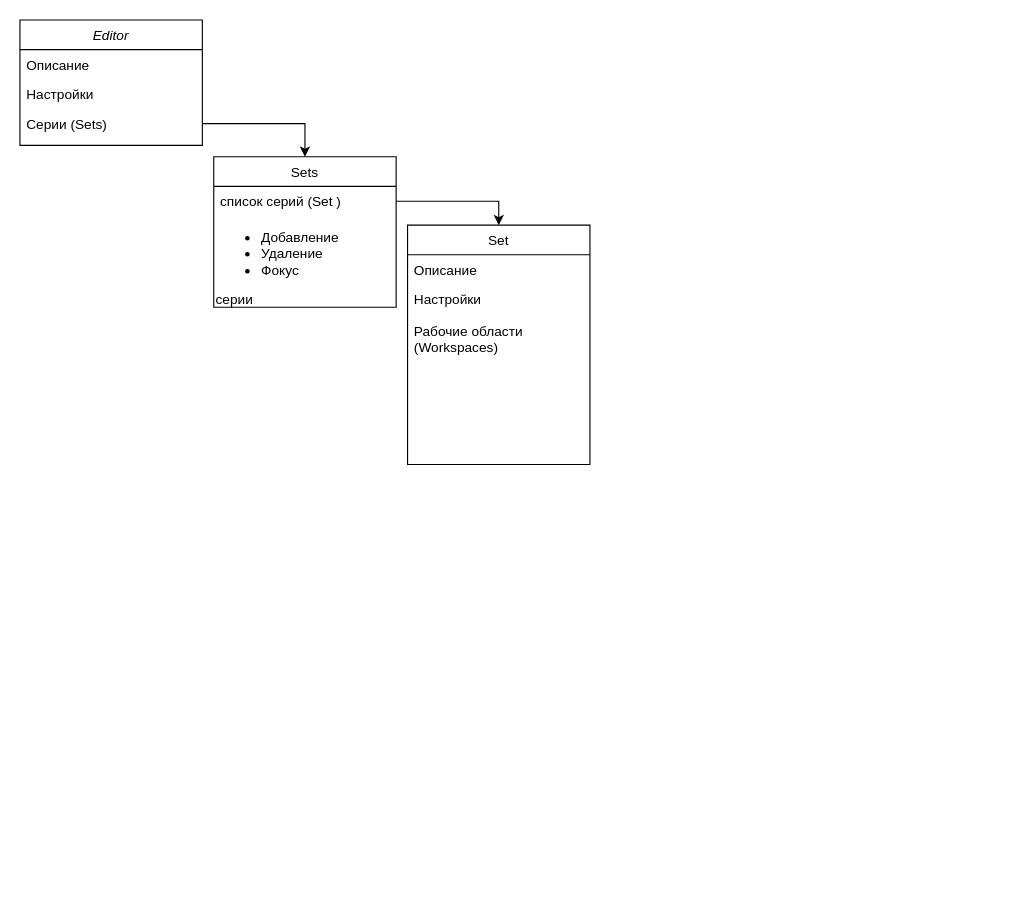
This is Untitled Diagram.drawio from artem-ibragimov/mrt-viewer, a draw.io file, before an edit. Source tidied: cells renumbered, new cells numbered last; positions are measured from the earlier drawing's top-left corner, leaving out a move shared by most shapes. Both pictures are drawn from the tidied source at 114%, with x=0, y=0 at pixel (19, 19).
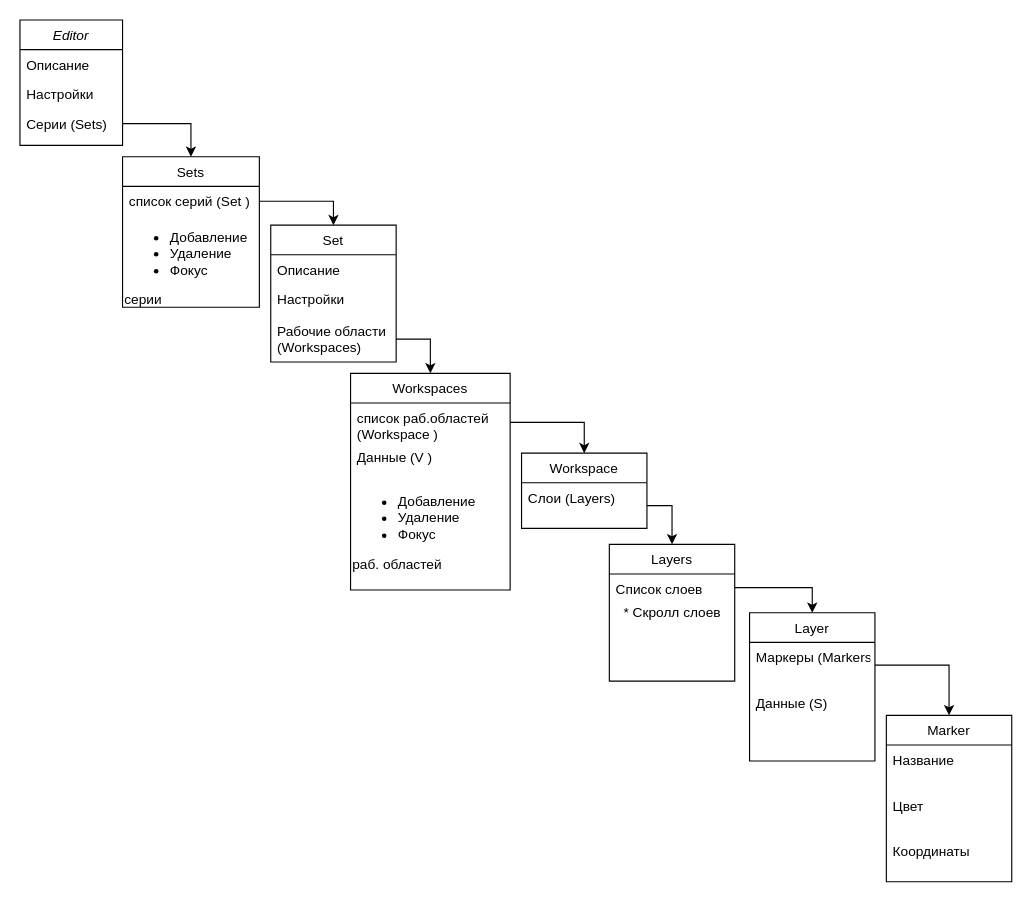
After the change.

Diff of the diagram source:
```diff
@@
     <mxCell id="2" value="Editor" style="swimlane;fontStyle=2;align=center;verticalAlign=top;horizontal=1;startSize=26;rounded=0;shadow=0;strokeWidth=1;" parent="1" vertex="1">
-      <mxGeometry width="160" height="110" as="geometry" />
+      <mxGeometry width="90" height="110" as="geometry" />
     </mxCell>
     <mxCell id="3" value="Описание" style="text;align=left;verticalAlign=top;spacingLeft=4;spacingRight=4;overflow=hidden;" parent="2" vertex="1">
-      <mxGeometry y="26" width="160" height="26" as="geometry" />
+      <mxGeometry y="26" width="90" height="26" as="geometry" />
     </mxCell>
     <mxCell id="4" value="Настройки" style="text;align=left;verticalAlign=top;spacingLeft=4;spacingRight=4;overflow=hidden;rounded=0;shadow=0;html=0;" parent="2" vertex="1">
-      <mxGeometry y="52" width="160" height="26" as="geometry" />
+      <mxGeometry y="52" width="90" height="26" as="geometry" />
     </mxCell>
     <mxCell id="5" value="Серии (Sets)" style="text;align=left;verticalAlign=top;spacingLeft=4;spacingRight=4;overflow=hidden;points=[[0,0.5],[1,0.5]];portConstraint=eastwest;rounded=0;shadow=0;html=0;" parent="2" vertex="1">
-      <mxGeometry y="78" width="160" height="26" as="geometry" />
+      <mxGeometry y="78" width="90" height="26" as="geometry" />
     </mxCell>
     <mxCell id="6" value="Sets" style="swimlane;fontStyle=0;align=center;verticalAlign=top;horizontal=1;startSize=26;rounded=0;shadow=0;strokeWidth=1;" parent="1" vertex="1">
-      <mxGeometry x="170" y="120" width="160" height="132" as="geometry" />
+      <mxGeometry x="90" y="120" width="120" height="132" as="geometry" />
     </mxCell>
     <mxCell id="7" value="список серий (Set )" style="text;align=left;verticalAlign=top;spacingLeft=4;spacingRight=4;overflow=hidden;points=[[0,0.5],[1,0.5]];portConstraint=eastwest;rounded=0;shadow=0;html=0;" parent="6" vertex="1">
-      <mxGeometry y="26" width="160" height="26" as="geometry" />
+      <mxGeometry y="26" width="120" height="26" as="geometry" />
     </mxCell>
     <mxCell id="8" value="&lt;ul&gt;&lt;li&gt;Добавление&lt;/li&gt;&lt;li&gt;Удаление&lt;/li&gt;&lt;li&gt;Фокус&lt;/li&gt;&lt;/ul&gt;серии" style="text;html=1;align=left;verticalAlign=middle;strokeColor=none;fillColor=none;" parent="6" vertex="1">
-      <mxGeometry y="52" width="160" height="80" as="geometry" />
+      <mxGeometry y="52" width="120" height="80" as="geometry" />
     </mxCell>
@@
     <mxCell id="10" value="Set" style="swimlane;fontStyle=0;align=center;verticalAlign=top;horizontal=1;startSize=26;rounded=0;shadow=0;strokeWidth=1;" parent="1" vertex="1">
-      <mxGeometry x="340" y="180" width="160" height="210" as="geometry" />
+      <mxGeometry x="220" y="180" width="110" height="120" as="geometry" />
     </mxCell>
     <mxCell id="11" value="Описание" style="text;align=left;verticalAlign=top;spacingLeft=4;spacingRight=4;overflow=hidden;rounded=0;shadow=0;html=0;" parent="10" vertex="1">
-      <mxGeometry y="26" width="160" height="26" as="geometry" />
+      <mxGeometry y="26" width="110" height="26" as="geometry" />
     </mxCell>
     <mxCell id="12" value="Настройки" style="text;align=left;verticalAlign=top;spacingLeft=4;spacingRight=4;overflow=hidden;rounded=0;shadow=0;html=0;" parent="10" vertex="1">
-      <mxGeometry y="52" width="160" height="28" as="geometry" />
+      <mxGeometry y="52" width="110" height="28" as="geometry" />
     </mxCell>
     <mxCell id="13" value="Рабочие области&#10;(Workspaces)" style="text;align=left;verticalAlign=top;spacingLeft=4;spacingRight=4;overflow=hidden;points=[[0,0.5],[1,0.5]];portConstraint=eastwest;rounded=0;shadow=0;html=0;" parent="10" vertex="1">
-      <mxGeometry y="80" width="160" height="40" as="geometry" />
+      <mxGeometry y="80" width="110" height="40" as="geometry" />
     </mxCell>
@@
+    <mxCell id="15" value="Workspaces" style="swimlane;fontStyle=0;align=center;verticalAlign=top;horizontal=1;startSize=26;rounded=0;shadow=0;strokeWidth=1;" parent="1" vertex="1">
+      <mxGeometry x="290" y="310" width="140" height="190" as="geometry" />
+    </mxCell>
+    <mxCell id="16" value="список раб.областей&#10;(Workspace )" style="text;align=left;verticalAlign=top;spacingLeft=4;spacingRight=4;overflow=hidden;points=[[0,0.5],[1,0.5]];portConstraint=eastwest;rounded=0;shadow=0;html=0;" parent="15" vertex="1">
+      <mxGeometry y="26" width="140" height="34" as="geometry" />
+    </mxCell>
+    <mxCell id="17" value="Данные (V )" style="text;align=left;verticalAlign=top;spacingLeft=4;spacingRight=4;overflow=hidden;rounded=0;shadow=0;html=0;" parent="15" vertex="1">
+      <mxGeometry y="60" width="140" height="34" as="geometry" />
+    </mxCell>
+    <mxCell id="18" value="&lt;ul&gt;&lt;li&gt;Добавление&lt;/li&gt;&lt;li&gt;Удаление&lt;/li&gt;&lt;li&gt;Фокус&lt;/li&gt;&lt;/ul&gt;&lt;div&gt;раб. областей&lt;/div&gt;" style="text;html=1;align=left;verticalAlign=middle;strokeColor=none;fillColor=none;" parent="15" vertex="1">
+      <mxGeometry y="94" width="140" height="80" as="geometry" />
+    </mxCell>
+    <mxCell id="19" style="edgeStyle=orthogonalEdgeStyle;rounded=0;jettySize=auto;html=1;exitX=1;exitY=0.5;exitDx=0;exitDy=0;entryX=0.5;entryY=0;entryDx=0;entryDy=0;" parent="1" edge="1" source="13" target="15">
+      <mxGeometry relative="1" as="geometry" />
+    </mxCell>
+    <mxCell id="20" value="Workspace" style="swimlane;fontStyle=0;align=center;verticalAlign=top;horizontal=1;startSize=26;rounded=0;shadow=0;strokeWidth=1;" parent="1" vertex="1">
+      <mxGeometry x="440" y="380" width="110" height="66" as="geometry" />
+    </mxCell>
+    <mxCell id="21" value="Слои (Layers)" style="text;align=left;verticalAlign=top;spacingLeft=4;spacingRight=4;overflow=hidden;points=[[0,0.5],[1,0.5]];portConstraint=eastwest;rounded=0;shadow=0;html=0;" parent="20" vertex="1">
+      <mxGeometry y="26" width="110" height="40" as="geometry" />
+    </mxCell>
+    <mxCell id="22" style="edgeStyle=orthogonalEdgeStyle;rounded=0;jettySize=auto;html=1;exitX=1;exitY=0.5;exitDx=0;exitDy=0;entryX=0.5;entryY=0;entryDx=0;entryDy=0;" parent="1" edge="1" source="16" target="20">
+      <mxGeometry relative="1" as="geometry" />
+    </mxCell>
+    <mxCell id="23" value="Layer" style="swimlane;fontStyle=0;align=center;verticalAlign=top;horizontal=1;startSize=26;rounded=0;shadow=0;strokeWidth=1;" parent="1" vertex="1">
+      <mxGeometry x="640" y="520" width="110" height="130" as="geometry" />
+    </mxCell>
+    <mxCell id="24" value="Маркеры (Markers)" style="text;align=left;verticalAlign=top;spacingLeft=4;spacingRight=4;overflow=hidden;points=[[0,0.5],[1,0.5]];portConstraint=eastwest;rounded=0;shadow=0;html=0;" parent="23" vertex="1">
+      <mxGeometry y="26" width="110" height="40" as="geometry" />
+    </mxCell>
+    <mxCell id="25" value="Данные (S)" style="text;align=left;verticalAlign=top;spacingLeft=4;spacingRight=4;overflow=hidden;rounded=0;shadow=0;html=0;" parent="23" vertex="1">
+      <mxGeometry y="66" width="110" height="40" as="geometry" />
+    </mxCell>
+    <mxCell id="26" value="Marker" style="swimlane;fontStyle=0;align=center;verticalAlign=top;horizontal=1;startSize=26;rounded=0;shadow=0;strokeWidth=1;" parent="1" vertex="1">
+      <mxGeometry x="760" y="610" width="110" height="146" as="geometry" />
+    </mxCell>
+    <mxCell id="27" value="Название" style="text;align=left;verticalAlign=top;spacingLeft=4;spacingRight=4;overflow=hidden;rounded=0;shadow=0;html=0;" parent="26" vertex="1">
+      <mxGeometry y="26" width="110" height="40" as="geometry" />
+    </mxCell>
+    <mxCell id="28" value="Цвет&#10;" style="text;align=left;verticalAlign=top;spacingLeft=4;spacingRight=4;overflow=hidden;rounded=0;shadow=0;html=0;" parent="26" vertex="1">
+      <mxGeometry y="66" width="110" height="40" as="geometry" />
+    </mxCell>
+    <mxCell id="29" value="Координаты" style="text;align=left;verticalAlign=top;spacingLeft=4;spacingRight=4;overflow=hidden;rounded=0;shadow=0;html=0;" parent="26" vertex="1">
+      <mxGeometry y="106" width="110" height="40" as="geometry" />
+    </mxCell>
+    <mxCell id="30" style="edgeStyle=orthogonalEdgeStyle;rounded=0;jettySize=auto;html=1;entryX=0.5;entryY=0;entryDx=0;entryDy=0;" parent="1" edge="1" source="24" target="26">
+      <mxGeometry relative="1" as="geometry" />
+    </mxCell>
+    <mxCell id="31" value="Layers" style="swimlane;fontStyle=0;align=center;verticalAlign=top;horizontal=1;startSize=26;rounded=0;shadow=0;strokeWidth=1;" parent="1" vertex="1">
+      <mxGeometry x="517" y="460" width="110" height="120" as="geometry" />
+    </mxCell>
+    <mxCell id="32" value="Список слоев " style="text;align=left;verticalAlign=top;spacingLeft=4;spacingRight=4;overflow=hidden;points=[[0,0.5],[1,0.5]];portConstraint=eastwest;rounded=0;shadow=0;html=0;" parent="31" vertex="1">
+      <mxGeometry y="26" width="110" height="24" as="geometry" />
+    </mxCell>
+    <mxCell id="33" value="* Скролл слоев" style="text;html=1;align=center;verticalAlign=middle;strokeColor=none;fillColor=none;" parent="31" vertex="1">
+      <mxGeometry y="50" width="110" height="20" as="geometry" />
+    </mxCell>
+    <mxCell id="34" style="edgeStyle=orthogonalEdgeStyle;rounded=0;jettySize=auto;html=1;entryX=0.5;entryY=0;entryDx=0;entryDy=0;" parent="1" edge="1" source="21" target="31">
+      <mxGeometry relative="1" as="geometry" />
+    </mxCell>
+    <mxCell id="35" style="edgeStyle=orthogonalEdgeStyle;rounded=0;jettySize=auto;html=1;entryX=0.5;entryY=0;entryDx=0;entryDy=0;" parent="1" edge="1" source="32" target="23">
+      <mxGeometry relative="1" as="geometry" />
+    </mxCell>
```
